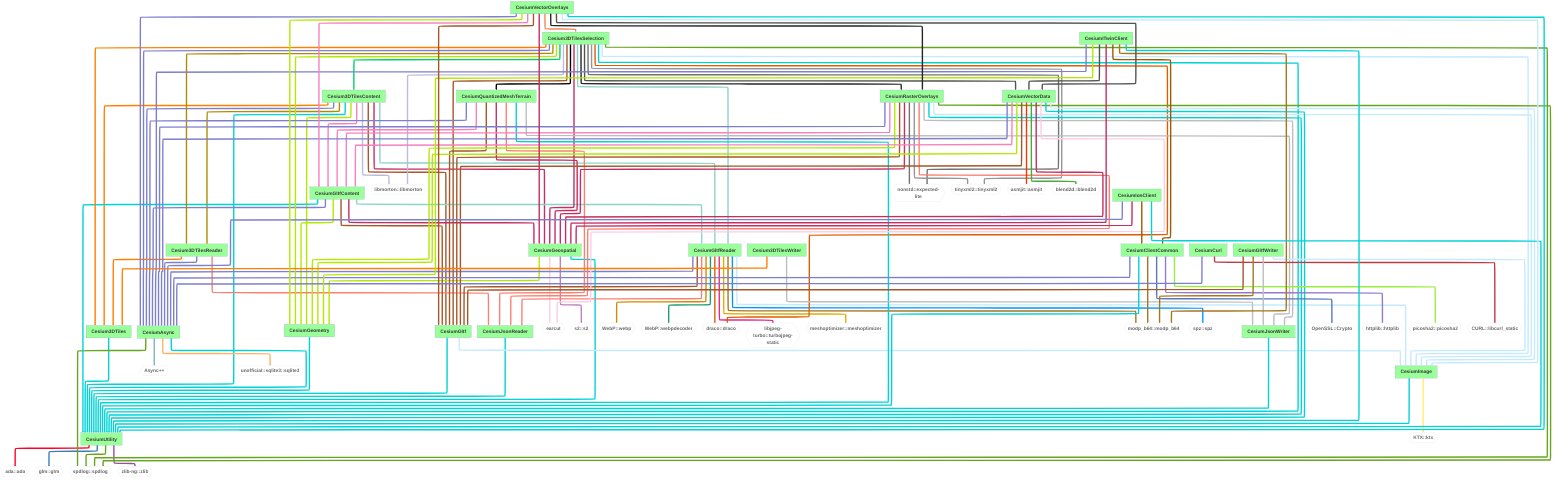
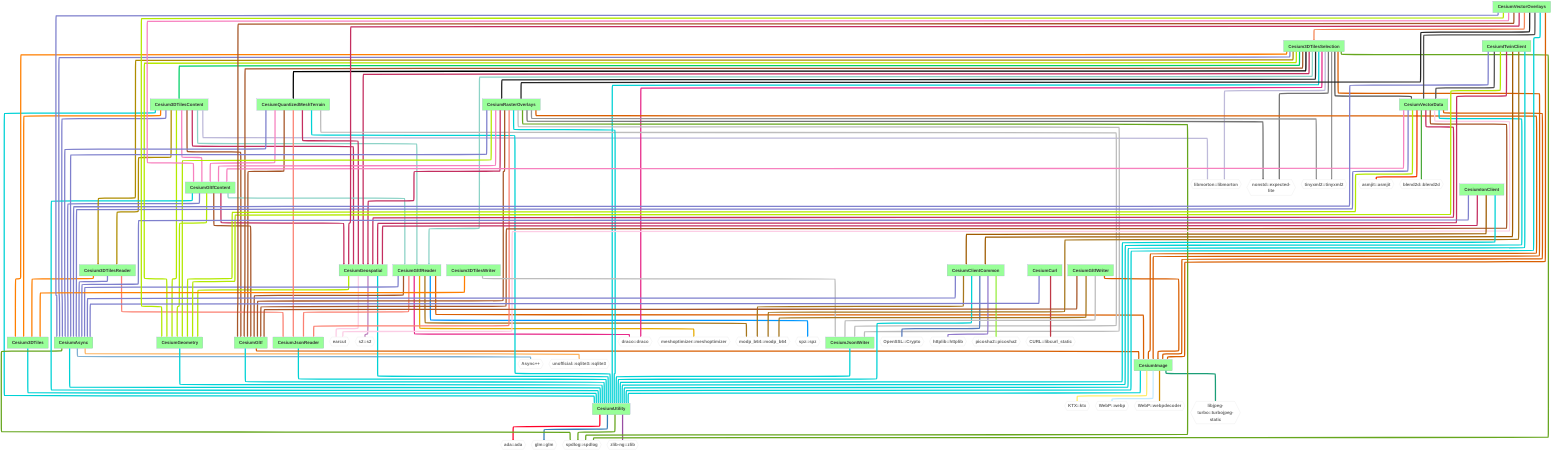
---
comment: This file was generated by dep-graph-gen. DO NOT EDIT THIS FILE!
config:
  layout: elk

---
graph TD
  classDef dependencyNode fill:#fff,stroke:#ccc,color:#666,font-weight:bold,font-size:28px
  classDef libraryNode fill:#9f9,font-weight:bold,font-size:28px
  CesiumUtility[CesiumUtility] --> ada_ada{{ada::ada}}
  CesiumUtility[CesiumUtility] --> glm_glm{{glm::glm}}
  CesiumUtility[CesiumUtility] --> spdlog_spdlog{{spdlog::spdlog}}
  CesiumUtility[CesiumUtility] --> zlib-ng_zlib{{zlib-ng::zlib}}
  Cesium3DTiles[Cesium3DTiles] --> CesiumUtility[CesiumUtility]
  Cesium3DTilesContent[Cesium3DTilesContent] --> Cesium3DTiles[Cesium3DTiles]
  Cesium3DTilesContent[Cesium3DTilesContent] --> Cesium3DTilesReader[Cesium3DTilesReader]
  Cesium3DTilesContent[Cesium3DTilesContent] --> CesiumAsync[CesiumAsync]
  Cesium3DTilesContent[Cesium3DTilesContent] --> CesiumGeometry[CesiumGeometry]
  Cesium3DTilesContent[Cesium3DTilesContent] --> CesiumGeospatial[CesiumGeospatial]
  Cesium3DTilesContent[Cesium3DTilesContent] --> CesiumGltf[CesiumGltf]
  Cesium3DTilesContent[Cesium3DTilesContent] --> CesiumGltfContent[CesiumGltfContent]
  Cesium3DTilesContent[Cesium3DTilesContent] --> CesiumGltfReader[CesiumGltfReader]
  Cesium3DTilesContent[Cesium3DTilesContent] --> CesiumUtility[CesiumUtility]
  Cesium3DTilesContent[Cesium3DTilesContent] --> libmorton_libmorton{{libmorton::libmorton}}
  Cesium3DTilesReader[Cesium3DTilesReader] --> Cesium3DTiles[Cesium3DTiles]
  Cesium3DTilesReader[Cesium3DTilesReader] --> CesiumAsync[CesiumAsync]
  Cesium3DTilesReader[Cesium3DTilesReader] --> CesiumJsonReader[CesiumJsonReader]
  CesiumAsync[CesiumAsync] --> Async_{{Async++}}
  CesiumAsync[CesiumAsync] --> CesiumUtility[CesiumUtility]
  CesiumAsync[CesiumAsync] --> spdlog_spdlog{{spdlog::spdlog}}
  CesiumAsync[CesiumAsync] --> unofficial_sqlite3_sqlite3{{unofficial::sqlite3::sqlite3}}
  CesiumJsonReader[CesiumJsonReader] --> CesiumUtility[CesiumUtility]
  CesiumGeometry[CesiumGeometry] --> CesiumUtility[CesiumUtility]
  CesiumGeospatial[CesiumGeospatial] --> CesiumGeometry[CesiumGeometry]
  CesiumGeospatial[CesiumGeospatial] --> CesiumUtility[CesiumUtility]
  CesiumGeospatial[CesiumGeospatial] --> earcut{{earcut}}
  CesiumGeospatial[CesiumGeospatial] --> s2_s2{{s2::s2}}
  CesiumImage[CesiumImage] --> CesiumUtility[CesiumUtility]
  CesiumImage[CesiumImage] --> KTX_ktx{{KTX::ktx}}
+   CesiumImage[CesiumImage] --> WebP_webp{{WebP::webp}}
+   CesiumImage[CesiumImage] --> WebP_webpdecoder{{WebP::webpdecoder}}
+   CesiumImage[CesiumImage] --> libjpeg-turbo_turbojpeg-static{{libjpeg-turbo::turbojpeg-static}}
  CesiumGltf[CesiumGltf] --> CesiumImage[CesiumImage]
  CesiumGltf[CesiumGltf] --> CesiumUtility[CesiumUtility]
  CesiumGltfContent[CesiumGltfContent] --> CesiumAsync[CesiumAsync]
  CesiumGltfContent[CesiumGltfContent] --> CesiumGeometry[CesiumGeometry]
  CesiumGltfContent[CesiumGltfContent] --> CesiumGeospatial[CesiumGeospatial]
  CesiumGltfContent[CesiumGltfContent] --> CesiumGltf[CesiumGltf]
  CesiumGltfContent[CesiumGltfContent] --> CesiumGltfReader[CesiumGltfReader]
  CesiumGltfContent[CesiumGltfContent] --> CesiumUtility[CesiumUtility]
  CesiumGltfReader[CesiumGltfReader] --> CesiumAsync[CesiumAsync]
  CesiumGltfReader[CesiumGltfReader] --> CesiumGltf[CesiumGltf]
  CesiumGltfReader[CesiumGltfReader] --> CesiumImage[CesiumImage]
  CesiumGltfReader[CesiumGltfReader] --> CesiumJsonReader[CesiumJsonReader]
-   CesiumGltfReader[CesiumGltfReader] --> WebP_webp{{WebP::webp}}
-   CesiumGltfReader[CesiumGltfReader] --> WebP_webpdecoder{{WebP::webpdecoder}}
  CesiumGltfReader[CesiumGltfReader] --> draco_draco{{draco::draco}}
-   CesiumGltfReader[CesiumGltfReader] --> libjpeg-turbo_turbojpeg-static{{libjpeg-turbo::turbojpeg-static}}
  CesiumGltfReader[CesiumGltfReader] --> meshoptimizer_meshoptimizer{{meshoptimizer::meshoptimizer}}
  CesiumGltfReader[CesiumGltfReader] --> modp_b64_modp_b64{{modp_b64::modp_b64}}
  CesiumGltfReader[CesiumGltfReader] --> spz_spz{{spz::spz}}
  Cesium3DTilesSelection[Cesium3DTilesSelection] --> Cesium3DTiles[Cesium3DTiles]
  Cesium3DTilesSelection[Cesium3DTilesSelection] --> Cesium3DTilesContent[Cesium3DTilesContent]
  Cesium3DTilesSelection[Cesium3DTilesSelection] --> Cesium3DTilesReader[Cesium3DTilesReader]
  Cesium3DTilesSelection[Cesium3DTilesSelection] --> CesiumAsync[CesiumAsync]
  Cesium3DTilesSelection[Cesium3DTilesSelection] --> CesiumGeometry[CesiumGeometry]
  Cesium3DTilesSelection[Cesium3DTilesSelection] --> CesiumGeospatial[CesiumGeospatial]
  Cesium3DTilesSelection[Cesium3DTilesSelection] --> CesiumGltf[CesiumGltf]
  Cesium3DTilesSelection[Cesium3DTilesSelection] --> CesiumGltfReader[CesiumGltfReader]
  Cesium3DTilesSelection[Cesium3DTilesSelection] --> CesiumImage[CesiumImage]
  Cesium3DTilesSelection[Cesium3DTilesSelection] --> CesiumQuantizedMeshTerrain[CesiumQuantizedMeshTerrain]
  Cesium3DTilesSelection[Cesium3DTilesSelection] --> CesiumRasterOverlays[CesiumRasterOverlays]
  Cesium3DTilesSelection[Cesium3DTilesSelection] --> CesiumUtility[CesiumUtility]
  Cesium3DTilesSelection[Cesium3DTilesSelection] --> CesiumVectorData[CesiumVectorData]
  Cesium3DTilesSelection[Cesium3DTilesSelection] --> draco_draco{{draco::draco}}
  Cesium3DTilesSelection[Cesium3DTilesSelection] --> libmorton_libmorton{{libmorton::libmorton}}
  Cesium3DTilesSelection[Cesium3DTilesSelection] --> nonstd_expected-lite{{nonstd::expected-lite}}
  Cesium3DTilesSelection[Cesium3DTilesSelection] --> spdlog_spdlog{{spdlog::spdlog}}
  Cesium3DTilesSelection[Cesium3DTilesSelection] --> tinyxml2_tinyxml2{{tinyxml2::tinyxml2}}
  CesiumQuantizedMeshTerrain[CesiumQuantizedMeshTerrain] --> CesiumAsync[CesiumAsync]
  CesiumQuantizedMeshTerrain[CesiumQuantizedMeshTerrain] --> CesiumGeospatial[CesiumGeospatial]
  CesiumQuantizedMeshTerrain[CesiumQuantizedMeshTerrain] --> CesiumGltf[CesiumGltf]
  CesiumQuantizedMeshTerrain[CesiumQuantizedMeshTerrain] --> CesiumGltfContent[CesiumGltfContent]
  CesiumQuantizedMeshTerrain[CesiumQuantizedMeshTerrain] --> CesiumJsonReader[CesiumJsonReader]
  CesiumQuantizedMeshTerrain[CesiumQuantizedMeshTerrain] --> CesiumJsonWriter[CesiumJsonWriter]
  CesiumQuantizedMeshTerrain[CesiumQuantizedMeshTerrain] --> CesiumUtility[CesiumUtility]
  CesiumJsonWriter[CesiumJsonWriter] --> CesiumUtility[CesiumUtility]
  CesiumRasterOverlays[CesiumRasterOverlays] --> CesiumAsync[CesiumAsync]
  CesiumRasterOverlays[CesiumRasterOverlays] --> CesiumGeometry[CesiumGeometry]
  CesiumRasterOverlays[CesiumRasterOverlays] --> CesiumGeospatial[CesiumGeospatial]
  CesiumRasterOverlays[CesiumRasterOverlays] --> CesiumGltf[CesiumGltf]
  CesiumRasterOverlays[CesiumRasterOverlays] --> CesiumGltfContent[CesiumGltfContent]
  CesiumRasterOverlays[CesiumRasterOverlays] --> CesiumImage[CesiumImage]
  CesiumRasterOverlays[CesiumRasterOverlays] --> CesiumJsonReader[CesiumJsonReader]
  CesiumRasterOverlays[CesiumRasterOverlays] --> CesiumJsonWriter[CesiumJsonWriter]
  CesiumRasterOverlays[CesiumRasterOverlays] --> CesiumUtility[CesiumUtility]
  CesiumRasterOverlays[CesiumRasterOverlays] --> nonstd_expected-lite{{nonstd::expected-lite}}
  CesiumRasterOverlays[CesiumRasterOverlays] --> spdlog_spdlog{{spdlog::spdlog}}
  CesiumRasterOverlays[CesiumRasterOverlays] --> tinyxml2_tinyxml2{{tinyxml2::tinyxml2}}
  CesiumVectorData[CesiumVectorData] --> CesiumAsync[CesiumAsync]
  CesiumVectorData[CesiumVectorData] --> CesiumGeometry[CesiumGeometry]
  CesiumVectorData[CesiumVectorData] --> CesiumGeospatial[CesiumGeospatial]
  CesiumVectorData[CesiumVectorData] --> CesiumGltf[CesiumGltf]
  CesiumVectorData[CesiumVectorData] --> CesiumGltfContent[CesiumGltfContent]
  CesiumVectorData[CesiumVectorData] --> CesiumImage[CesiumImage]
  CesiumVectorData[CesiumVectorData] --> CesiumUtility[CesiumUtility]
  CesiumVectorData[CesiumVectorData] --> asmjit_asmjit{{asmjit::asmjit}}
  CesiumVectorData[CesiumVectorData] --> blend2d_blend2d{{blend2d::blend2d}}
  CesiumVectorData[CesiumVectorData] --> earcut{{earcut}}
  Cesium3DTilesWriter[Cesium3DTilesWriter] --> Cesium3DTiles[Cesium3DTiles]
  Cesium3DTilesWriter[Cesium3DTilesWriter] --> CesiumJsonWriter[CesiumJsonWriter]
  CesiumClientCommon[CesiumClientCommon] --> CesiumAsync[CesiumAsync]
  CesiumClientCommon[CesiumClientCommon] --> CesiumUtility[CesiumUtility]
  CesiumClientCommon[CesiumClientCommon] --> OpenSSL_Crypto{{OpenSSL::Crypto}}
  CesiumClientCommon[CesiumClientCommon] --> httplib_httplib{{httplib::httplib}}
  CesiumClientCommon[CesiumClientCommon] --> modp_b64_modp_b64{{modp_b64::modp_b64}}
  CesiumClientCommon[CesiumClientCommon] --> picosha2_picosha2{{picosha2::picosha2}}
  CesiumCurl[CesiumCurl] --> CURL_libcurl_static{{CURL::libcurl_static}}
  CesiumCurl[CesiumCurl] --> CesiumAsync[CesiumAsync]
  CesiumGltfWriter[CesiumGltfWriter] --> CesiumGltf[CesiumGltf]
  CesiumGltfWriter[CesiumGltfWriter] --> CesiumImage[CesiumImage]
  CesiumGltfWriter[CesiumGltfWriter] --> CesiumJsonWriter[CesiumJsonWriter]
  CesiumGltfWriter[CesiumGltfWriter] --> modp_b64_modp_b64{{modp_b64::modp_b64}}
  CesiumITwinClient[CesiumITwinClient] --> CesiumAsync[CesiumAsync]
  CesiumITwinClient[CesiumITwinClient] --> CesiumClientCommon[CesiumClientCommon]
  CesiumITwinClient[CesiumITwinClient] --> CesiumGeometry[CesiumGeometry]
  CesiumITwinClient[CesiumITwinClient] --> CesiumGeospatial[CesiumGeospatial]
  CesiumITwinClient[CesiumITwinClient] --> CesiumUtility[CesiumUtility]
  CesiumITwinClient[CesiumITwinClient] --> CesiumVectorData[CesiumVectorData]
  CesiumITwinClient[CesiumITwinClient] --> modp_b64_modp_b64{{modp_b64::modp_b64}}
  CesiumIonClient[CesiumIonClient] --> CesiumAsync[CesiumAsync]
  CesiumIonClient[CesiumIonClient] --> CesiumClientCommon[CesiumClientCommon]
  CesiumIonClient[CesiumIonClient] --> CesiumGeospatial[CesiumGeospatial]
  CesiumIonClient[CesiumIonClient] --> CesiumUtility[CesiumUtility]
  CesiumVectorOverlays[CesiumVectorOverlays] --> Cesium3DTilesSelection[Cesium3DTilesSelection]
  CesiumVectorOverlays[CesiumVectorOverlays] --> CesiumAsync[CesiumAsync]
  CesiumVectorOverlays[CesiumVectorOverlays] --> CesiumGeometry[CesiumGeometry]
  CesiumVectorOverlays[CesiumVectorOverlays] --> CesiumGeospatial[CesiumGeospatial]
  CesiumVectorOverlays[CesiumVectorOverlays] --> CesiumGltf[CesiumGltf]
  CesiumVectorOverlays[CesiumVectorOverlays] --> CesiumGltfContent[CesiumGltfContent]
  CesiumVectorOverlays[CesiumVectorOverlays] --> CesiumImage[CesiumImage]
  CesiumVectorOverlays[CesiumVectorOverlays] --> CesiumRasterOverlays[CesiumRasterOverlays]
  CesiumVectorOverlays[CesiumVectorOverlays] --> CesiumUtility[CesiumUtility]
  CesiumVectorOverlays[CesiumVectorOverlays] --> CesiumVectorData[CesiumVectorData]
-   class ada_ada,glm_glm,spdlog_spdlog,zlib-ng_zlib,libmorton_libmorton,Async_,unofficial_sqlite3_sqlite3,earcut,s2_s2,KTX_ktx,WebP_webp,WebP_webpdecoder,draco_draco,libjpeg-turbo_turbojpeg-static,meshoptimizer_meshoptimizer,modp_b64_modp_b64,spz_spz,nonstd_expected-lite,tinyxml2_tinyxml2,asmjit_asmjit,blend2d_blend2d,OpenSSL_Crypto,httplib_httplib,picosha2_picosha2,CURL_libcurl_static dependencyNode
+   class ada_ada,glm_glm,spdlog_spdlog,zlib-ng_zlib,libmorton_libmorton,Async_,unofficial_sqlite3_sqlite3,earcut,s2_s2,KTX_ktx,WebP_webp,WebP_webpdecoder,libjpeg-turbo_turbojpeg-static,draco_draco,meshoptimizer_meshoptimizer,modp_b64_modp_b64,spz_spz,nonstd_expected-lite,tinyxml2_tinyxml2,asmjit_asmjit,blend2d_blend2d,OpenSSL_Crypto,httplib_httplib,picosha2_picosha2,CURL_libcurl_static dependencyNode
  class CesiumUtility,Cesium3DTiles,Cesium3DTilesReader,CesiumAsync,CesiumGeometry,CesiumGeospatial,CesiumGltf,CesiumGltfContent,CesiumGltfReader,Cesium3DTilesContent,CesiumJsonReader,CesiumImage,CesiumQuantizedMeshTerrain,CesiumRasterOverlays,CesiumVectorData,Cesium3DTilesSelection,CesiumJsonWriter,Cesium3DTilesWriter,CesiumClientCommon,CesiumCurl,CesiumGltfWriter,CesiumITwinClient,CesiumIonClient,CesiumVectorOverlays libraryNode
  linkStyle 0 stroke:#ff0029,stroke-width:8px
  linkStyle 1 stroke:#377eb8,stroke-width:8px
  linkStyle 2,20,65,85 stroke:#66a61e,stroke-width:8px
  linkStyle 3 stroke:#984ea3,stroke-width:8px
-   linkStyle 4,13,19,22,23,25,28,31,37,60,73,74,83,93,100,115,121,130 stroke:#00d2d5,stroke-width:8px
+   linkStyle 4,13,19,22,23,25,28,34,40,60,73,74,83,93,100,115,121,130 stroke:#00d2d5,stroke-width:8px
  linkStyle 5,15,49,97 stroke:#ff7f00,stroke-width:8px
  linkStyle 6,51 stroke:#af8d00,stroke-width:8px
-   linkStyle 7,16,32,38,52,67,75,87,99,106,111,118,123 stroke:#7f80cd,stroke-width:8px
-   linkStyle 8,24,33,53,76,88,113,124 stroke:#b3e900,stroke-width:8px
-   linkStyle 9,34,54,68,77,89,114,120,125 stroke:#c42e60,stroke-width:8px
-   linkStyle 10,35,39,55,69,78,90,107,126 stroke:#a65628,stroke-width:8px
+   linkStyle 7,16,35,41,52,67,75,87,99,106,111,118,123 stroke:#7f80cd,stroke-width:8px
+   linkStyle 8,24,36,53,76,88,113,124 stroke:#b3e900,stroke-width:8px
+   linkStyle 9,37,54,68,77,89,114,120,125 stroke:#c42e60,stroke-width:8px
+   linkStyle 10,38,42,55,69,78,90,107,126 stroke:#a65628,stroke-width:8px
  linkStyle 11,70,79,91,127 stroke:#f781bf,stroke-width:8px
-   linkStyle 12,36,56 stroke:#8dd3c7,stroke-width:8px
+   linkStyle 12,39,56 stroke:#8dd3c7,stroke-width:8px
  linkStyle 14,63 stroke:#bebada,stroke-width:8px
-   linkStyle 17,41,71,81 stroke:#fb8072,stroke-width:8px
+   linkStyle 17,44,71,81 stroke:#fb8072,stroke-width:8px
  linkStyle 18 stroke:#80b1d3,stroke-width:8px
  linkStyle 21 stroke:#fdb462,stroke-width:8px
  linkStyle 26,96 stroke:#fccde5,stroke-width:8px
  linkStyle 27 stroke:#bc80bd,stroke-width:8px
  linkStyle 29 stroke:#ffed6f,stroke-width:8px
-   linkStyle 30,40,57,80,92,108,128 stroke:#c4eaff,stroke-width:8px
-   linkStyle 42 stroke:#cf8c00,stroke-width:8px
-   linkStyle 43 stroke:#1b9e77,stroke-width:8px
-   linkStyle 44,62 stroke:#d95f02,stroke-width:8px
-   linkStyle 45 stroke:#e7298a,stroke-width:8px
+   linkStyle 30 stroke:#c4eaff,stroke-width:8px
+   linkStyle 31 stroke:#cf8c00,stroke-width:8px
+   linkStyle 32 stroke:#1b9e77,stroke-width:8px
+   linkStyle 33,43,57,80,92,108,128 stroke:#d95f02,stroke-width:8px
+   linkStyle 45,62 stroke:#e7298a,stroke-width:8px
  linkStyle 46 stroke:#e6ab02,stroke-width:8px
  linkStyle 47,103,110,117 stroke:#a6761d,stroke-width:8px
  linkStyle 48 stroke:#0097ff,stroke-width:8px
  linkStyle 50 stroke:#00d067,stroke-width:8px
  linkStyle 58 stroke:#000000,stroke-width:8px
  linkStyle 59,129 stroke:#252525,stroke-width:8px
  linkStyle 61,116,131 stroke:#525252,stroke-width:8px
  linkStyle 64,84 stroke:#737373,stroke-width:8px
  linkStyle 66,86 stroke:#969696,stroke-width:8px
  linkStyle 72,82,98,109 stroke:#bdbdbd,stroke-width:8px
  linkStyle 94 stroke:#f43600,stroke-width:8px
  linkStyle 95 stroke:#4ba93b,stroke-width:8px
  linkStyle 101 stroke:#5779bb,stroke-width:8px
  linkStyle 102 stroke:#927acc,stroke-width:8px
  linkStyle 104 stroke:#97ee3f,stroke-width:8px
  linkStyle 105 stroke:#bf3947,stroke-width:8px
  linkStyle 112,119 stroke:#9f5b00,stroke-width:8px
  linkStyle 122 stroke:#f48758,stroke-width:8px
